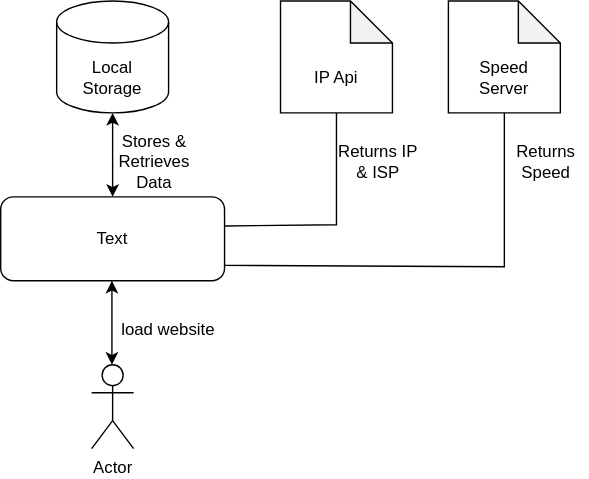
This is SpeedTest.drawio.svg from tsxepo-web/InternetSpeedTest, a draw.io export, as it was before one commit. Source tidied: cells renumbered, new cells last; positions are measured from the earlier drawing's top-left corner, leaving out a move shared by most shapes.
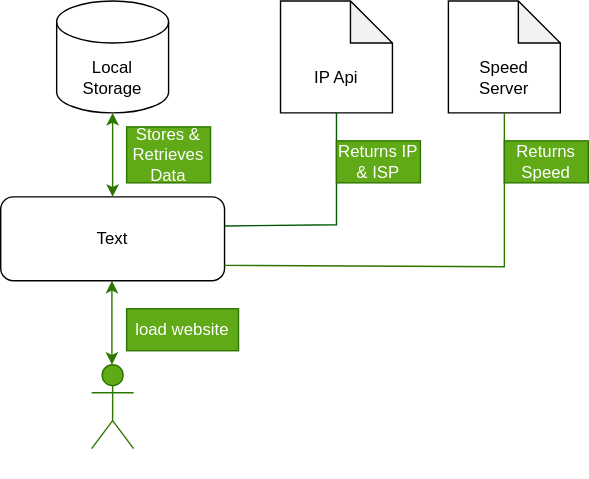
Later version of the same file.

What changed in the source:
```diff
@@ -1,11 +1,11 @@
-<mxGraphModel>
+<mxGraphModel background="#ffffff">
   <root>
     <mxCell id="0" />
     <mxCell id="1" parent="0" />
     <mxCell id="2" style="rounded=1;whiteSpace=wrap;html=1;" parent="1" vertex="1">
       <mxGeometry y="140" width="160" height="60" as="geometry" />
     </mxCell>
-    <mxCell id="3" value="Actor" style="shape=umlActor;verticalLabelPosition=bottom;verticalAlign=top;html=1;" parent="1" vertex="1">
+    <mxCell id="3" value="Actor" style="shape=umlActor;verticalLabelPosition=bottom;verticalAlign=top;html=1;fillColor=#60a917;fontColor=#ffffff;strokeColor=#2D7600;labelBackgroundColor=default;" parent="1" vertex="1">
       <mxGeometry x="65" y="260" width="30" height="60" as="geometry" />
     </mxCell>
     <mxCell id="4" style="shape=note;whiteSpace=wrap;html=1;backgroundOutline=1;darkOpacity=0.05;" parent="1" vertex="1">
@@ -17,16 +17,16 @@
     <mxCell id="6" style="shape=cylinder3;whiteSpace=wrap;html=1;boundedLbl=1;backgroundOutline=1;size=15;" parent="1" vertex="1">
       <mxGeometry x="40" width="80" height="80" as="geometry" />
     </mxCell>
-    <mxCell id="7" style="endArrow=classic;startArrow=classic;html=1;rounded=0;exitX=0.5;exitY=0;exitDx=0;exitDy=0;entryX=0.5;entryY=1;entryDx=0;entryDy=0;entryPerimeter=0;" parent="1" edge="1" source="2" target="6">
+    <mxCell id="7" style="endArrow=classic;startArrow=classic;html=1;rounded=0;exitX=0.5;exitY=0;exitDx=0;exitDy=0;entryX=0.5;entryY=1;entryDx=0;entryDy=0;entryPerimeter=0;fillColor=#60a917;strokeColor=#2D7600;" parent="1" edge="1" source="2" target="6">
       <mxGeometry relative="1" as="geometry" />
     </mxCell>
-    <mxCell id="8" style="endArrow=classic;startArrow=classic;html=1;rounded=0;exitX=0.5;exitY=0;exitDx=0;exitDy=0;entryX=0.5;entryY=1;entryDx=0;entryDy=0;entryPerimeter=0;" parent="1" edge="1">
+    <mxCell id="8" style="endArrow=classic;startArrow=classic;html=1;rounded=0;exitX=0.5;exitY=0;exitDx=0;exitDy=0;entryX=0.5;entryY=1;entryDx=0;entryDy=0;entryPerimeter=0;fillColor=#60a917;strokeColor=#2D7600;" parent="1" edge="1">
       <mxGeometry relative="1" as="geometry">
         <mxPoint x="79.5" y="260" as="sourcePoint" />
         <mxPoint x="79.5" y="200" as="targetPoint" />
       </mxGeometry>
     </mxCell>
-    <mxCell id="9" style="endArrow=none;html=1;rounded=0;exitX=1.002;exitY=0.347;exitDx=0;exitDy=0;exitPerimeter=0;" parent="1" edge="1" source="2">
+    <mxCell id="9" style="endArrow=none;html=1;rounded=0;exitX=1.002;exitY=0.347;exitDx=0;exitDy=0;exitPerimeter=0;fillColor=#008a00;strokeColor=#005700;" parent="1" edge="1" source="2">
       <mxGeometry relative="1" as="geometry">
         <mxPoint x="240" y="80" as="targetPoint" />
         <Array as="points">
@@ -34,7 +34,7 @@
         </Array>
       </mxGeometry>
     </mxCell>
-    <mxCell id="10" style="endArrow=none;html=1;rounded=0;entryX=0.5;entryY=1;entryDx=0;entryDy=0;entryPerimeter=0;" parent="1" edge="1" target="5">
+    <mxCell id="10" style="endArrow=none;html=1;rounded=0;entryX=0.5;entryY=1;entryDx=0;entryDy=0;entryPerimeter=0;fillColor=#60a917;strokeColor=#2D7600;" parent="1" edge="1" target="5">
       <mxGeometry relative="1" as="geometry">
         <mxPoint x="160" y="189" as="sourcePoint" />
         <Array as="points">
@@ -54,17 +54,17 @@
     <mxCell id="14" value="IP Api" style="text;html=1;strokeColor=none;fillColor=none;align=center;verticalAlign=middle;whiteSpace=wrap;rounded=0;" parent="1" vertex="1">
       <mxGeometry x="210" y="40" width="60" height="30" as="geometry" />
     </mxCell>
-    <mxCell id="15" value="Returns Speed" style="text;html=1;strokeColor=none;fillColor=none;align=center;verticalAlign=middle;whiteSpace=wrap;rounded=0;" parent="1" vertex="1">
+    <mxCell id="15" value="Returns Speed" style="text;html=1;strokeColor=#2D7600;fillColor=#60a917;align=center;verticalAlign=middle;whiteSpace=wrap;rounded=0;fontColor=#ffffff;" parent="1" vertex="1">
       <mxGeometry x="360" y="100" width="60" height="30" as="geometry" />
     </mxCell>
-    <mxCell id="16" value="Returns IP &amp;amp; ISP" style="text;html=1;strokeColor=none;fillColor=none;align=center;verticalAlign=middle;whiteSpace=wrap;rounded=0;" parent="1" vertex="1">
+    <mxCell id="16" value="Returns IP &amp;amp; ISP" style="text;html=1;strokeColor=#2D7600;fillColor=#60a917;align=center;verticalAlign=middle;whiteSpace=wrap;rounded=0;fontColor=#ffffff;" parent="1" vertex="1">
       <mxGeometry x="240" y="100" width="60" height="30" as="geometry" />
     </mxCell>
-    <mxCell id="17" value="Stores &amp;amp; Retrieves Data" style="text;html=1;strokeColor=none;fillColor=none;align=center;verticalAlign=middle;whiteSpace=wrap;rounded=0;" parent="1" vertex="1">
-      <mxGeometry x="80" y="100" width="60" height="30" as="geometry" />
+    <mxCell id="17" value="Stores &amp;amp; Retrieves Data" style="text;html=1;strokeColor=#2D7600;fillColor=#60a917;align=center;verticalAlign=middle;whiteSpace=wrap;rounded=0;fontColor=#ffffff;" parent="1" vertex="1">
+      <mxGeometry x="90" y="90" width="60" height="40" as="geometry" />
     </mxCell>
-    <mxCell id="18" value="load website" style="text;html=1;strokeColor=none;fillColor=none;align=center;verticalAlign=middle;whiteSpace=wrap;rounded=0;" parent="1" vertex="1">
-      <mxGeometry x="70" y="220" width="100" height="30" as="geometry" />
+    <mxCell id="18" value="load website" style="text;html=1;strokeColor=#2D7600;fillColor=#60a917;align=center;verticalAlign=middle;whiteSpace=wrap;rounded=0;fontColor=#ffffff;" parent="1" vertex="1">
+      <mxGeometry x="90" y="220" width="80" height="30" as="geometry" />
     </mxCell>
   </root>
 </mxGraphModel>
```
